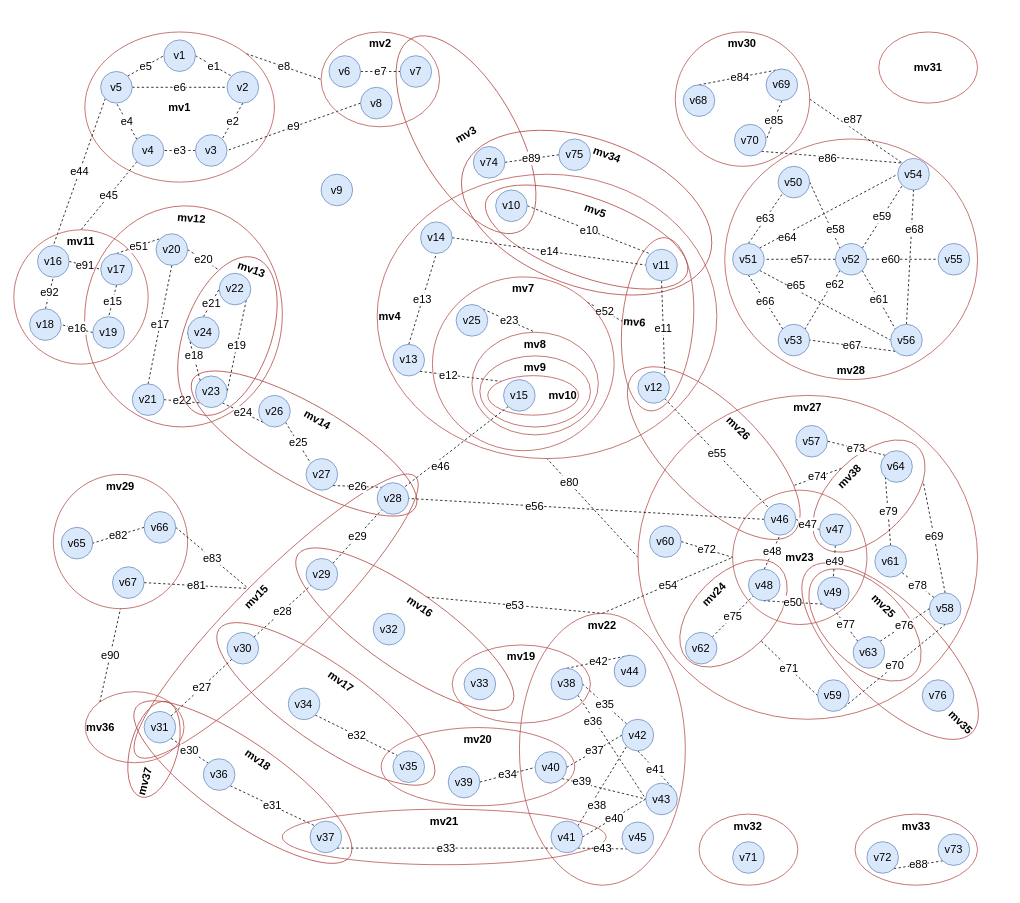
The draw.io diagram Big metagraph.drawio in DMfananddu/MAG_Diploma, before the edit. Source tidied: cells renumbered, new cells numbered last; positions are measured from the earlier drawing's top-left corner, leaving out a move shared by most shapes. Both pictures are drawn from the tidied source at 79%, with x=0, y=0 at pixel (13, 24).
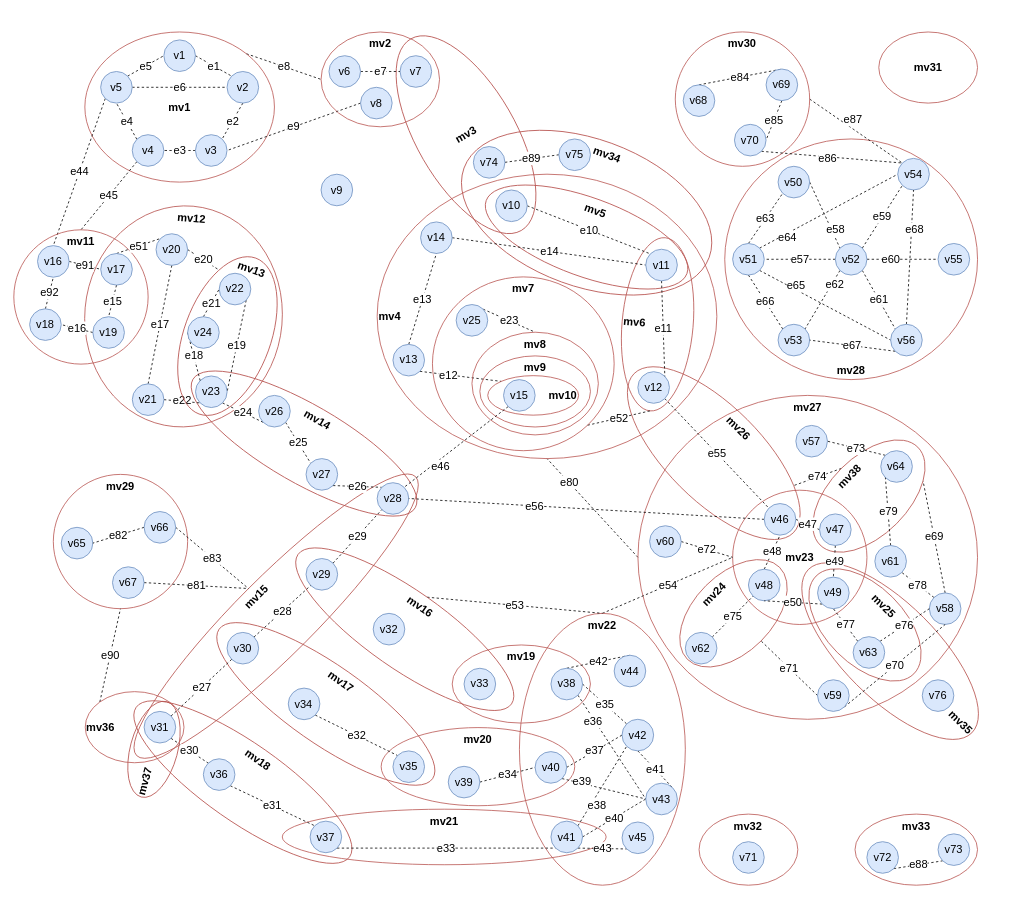
The same page after the edit.

The change refers to these unchanged cells:
```xml
<mxCell id="24" value="mv6" style="ellipse;whiteSpace=wrap;html=1;fontSize=14;strokeColor=#b85450;strokeWidth=1;fillColor=none;fontStyle=1;rotation=5;verticalAlign=middle;align=left;" parent="1" vertex="1">
  <mxGeometry x="769.9" y="270" width="90" height="220" as="geometry" />
</mxCell>
<mxCell id="27" value="mv7" style="ellipse;whiteSpace=wrap;html=1;fontSize=14;strokeColor=#b85450;strokeWidth=1;fillColor=none;fontStyle=1;rotation=0;verticalAlign=top;align=center;" parent="1" vertex="1">
  <mxGeometry x="529.9" y="320" width="230" height="220" as="geometry" />
</mxCell>
```

What changed in the source:
```diff
@@
-    <mxCell id="26" value="e52" style="edgeStyle=none;rounded=0;jettySize=auto;html=1;exitX=1;exitY=0;exitDx=0;exitDy=0;entryX=0;entryY=0.5;entryDx=0;entryDy=0;dashed=1;fontSize=14;endArrow=none;endFill=0;" parent="1" edge="1" source="27" target="24">
+    <mxCell id="26" value="e52" style="edgeStyle=none;rounded=0;jettySize=auto;html=1;exitX=1;exitY=1;exitDx=0;exitDy=0;entryX=0.5;entryY=1;entryDx=0;entryDy=0;dashed=1;fontSize=14;endArrow=none;endFill=0;" parent="1" edge="1" source="27" target="24">
       <mxGeometry relative="1" as="geometry" />
     </mxCell>
```
